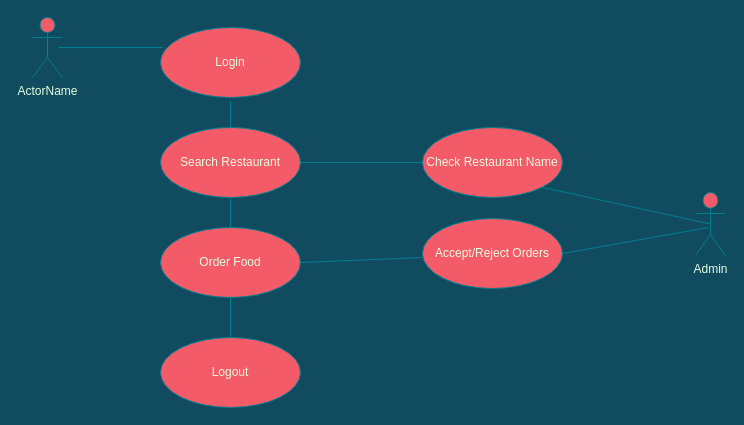
Before: Untitled Diagram.drawio in vjnathan0307/IPLVisualization, a draw.io diagram. Source tidied: cells renumbered, new cells numbered last; positions are measured from the earlier drawing's top-left corner, leaving out a move shared by most shapes. Both pictures are drawn from the tidied source at 100%, with x=0, y=0 at pixel (32, 17).
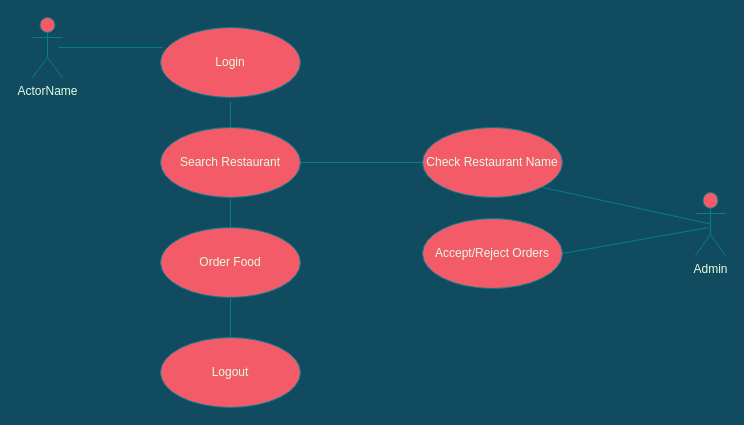
Above is the later version.

The change refers to these unchanged cells:
```xml
<mxCell id="6" value="Order Food" style="ellipse;whiteSpace=wrap;html=1;fillColor=#F45B69;strokeColor=#028090;fontColor=#E4FDE1;" parent="1" vertex="1">
  <mxGeometry x="128" y="210" width="140" height="70" as="geometry" />
</mxCell>
```

Diff of the diagram source:
```diff
@@
-    <mxCell id="15" style="edgeStyle=none;html=1;endArrow=none;verticalAlign=bottom;rounded=0;strokeColor=#028090;fontColor=#E4FDE1;fillColor=#F45B69;exitX=1;exitY=0.5;exitDx=0;exitDy=0;" parent="1" edge="1" source="6">
-      <mxGeometry relative="1" as="geometry">
-        <mxPoint x="390" y="240" as="targetPoint" />
-      </mxGeometry>
-    </mxCell>
```
